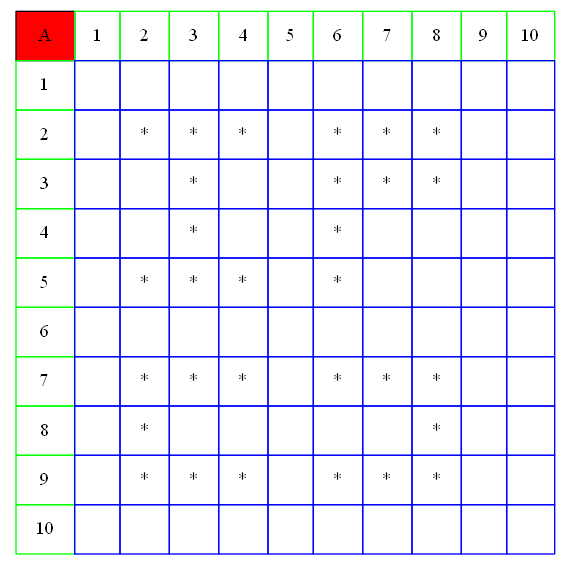
The Graphviz diagram Original.dot.png in AbidelLux/Proyecto02_1S2021IPC2_JAMES, before a commit. Its source is kept beside it as Original.dot.
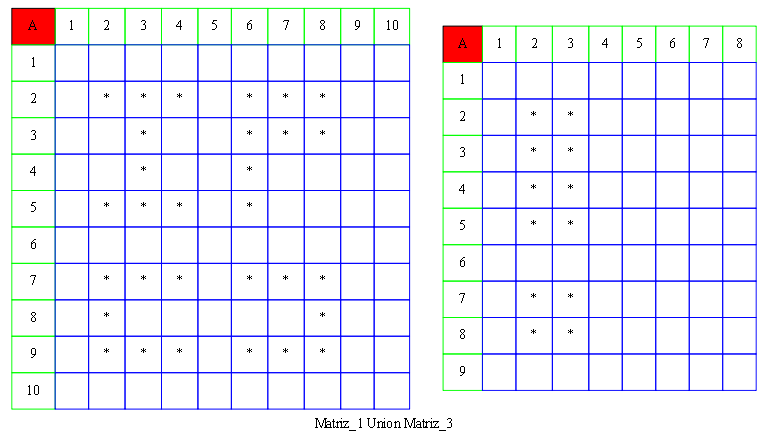
Later version of the same file.

What changed in the source:
```diff
@@ -1,6 +1,7 @@
 digraph {
+	size="8,8"
+	label="Matriz_1 Union Matriz_3"
 	tbl [
-	size="4,4"
 	shape=plaintext
 	label=<
 
@@ -18,4 +19,21 @@
 			<tr><td color="green"> 10 </td><td color="blue">   </td><td color="blue">   </td><td color="blue">   </td><td color="blue">   </td><td color="blue">   </td><td color="blue">   </td><td color="blue">   </td><td color="blue">   </td><td color="blue">   </td><td color="blue">   </td></tr>
 			</table>
 		>];
+	tbl1 [
+	shape=plaintext
+	label=<
+
+		<table border="0" color="green" cellpadding="10" cellborder="1" cellspacing="0">
+	<tr><td bgcolor = "red" color="black"> A </td><td color="green">1</td><td color="green">2</td><td color="green">3</td><td color="green">4</td><td color="green">5</td><td color="green">6</td><td color="green">7</td><td color="green">8</td></tr>
+			<tr><td color="green"> 1 </td><td color="blue">   </td><td color="blue">   </td><td color="blue">   </td><td color="blue">   </td><td color="blue">   </td><td color="blue">   </td><td color="blue">   </td><td color="blue">   </td></tr>
+			<tr><td color="green"> 2 </td><td color="blue">   </td><td color="blue"> * </td><td color="blue"> * </td><td color="blue">   </td><td color="blue">   </td><td color="blue">   </td><td color="blue">   </td><td color="blue">   </td></tr>
+			<tr><td color="green"> 3 </td><td color="blue">   </td><td color="blue"> * </td><td color="blue"> * </td><td color="blue">   </td><td color="blue">   </td><td color="blue">   </td><td color="blue">   </td><td color="blue">   </td></tr>
+			<tr><td color="green"> 4 </td><td color="blue">   </td><td color="blue"> * </td><td color="blue"> * </td><td color="blue">   </td><td color="blue">   </td><td color="blue">   </td><td color="blue">   </td><td color="blue">   </td></tr>
+			<tr><td color="green"> 5 </td><td color="blue">   </td><td color="blue"> * </td><td color="blue"> * </td><td color="blue">   </td><td color="blue">   </td><td color="blue">   </td><td color="blue">   </td><td color="blue">   </td></tr>
+			<tr><td color="green"> 6 </td><td color="blue">   </td><td color="blue">   </td><td color="blue">   </td><td color="blue">   </td><td color="blue">   </td><td color="blue">   </td><td color="blue">   </td><td color="blue">   </td></tr>
+			<tr><td color="green"> 7 </td><td color="blue">   </td><td color="blue"> * </td><td color="blue"> * </td><td color="blue">   </td><td color="blue">   </td><td color="blue">   </td><td color="blue">   </td><td color="blue">   </td></tr>
+			<tr><td color="green"> 8 </td><td color="blue">   </td><td color="blue"> * </td><td color="blue"> * </td><td color="blue">   </td><td color="blue">   </td><td color="blue">   </td><td color="blue">   </td><td color="blue">   </td></tr>
+			<tr><td color="green"> 9 </td><td color="blue">   </td><td color="blue">   </td><td color="blue">   </td><td color="blue">   </td><td color="blue">   </td><td color="blue">   </td><td color="blue">   </td><td color="blue">   </td></tr>
+			</table>
+		>];
 }
```
